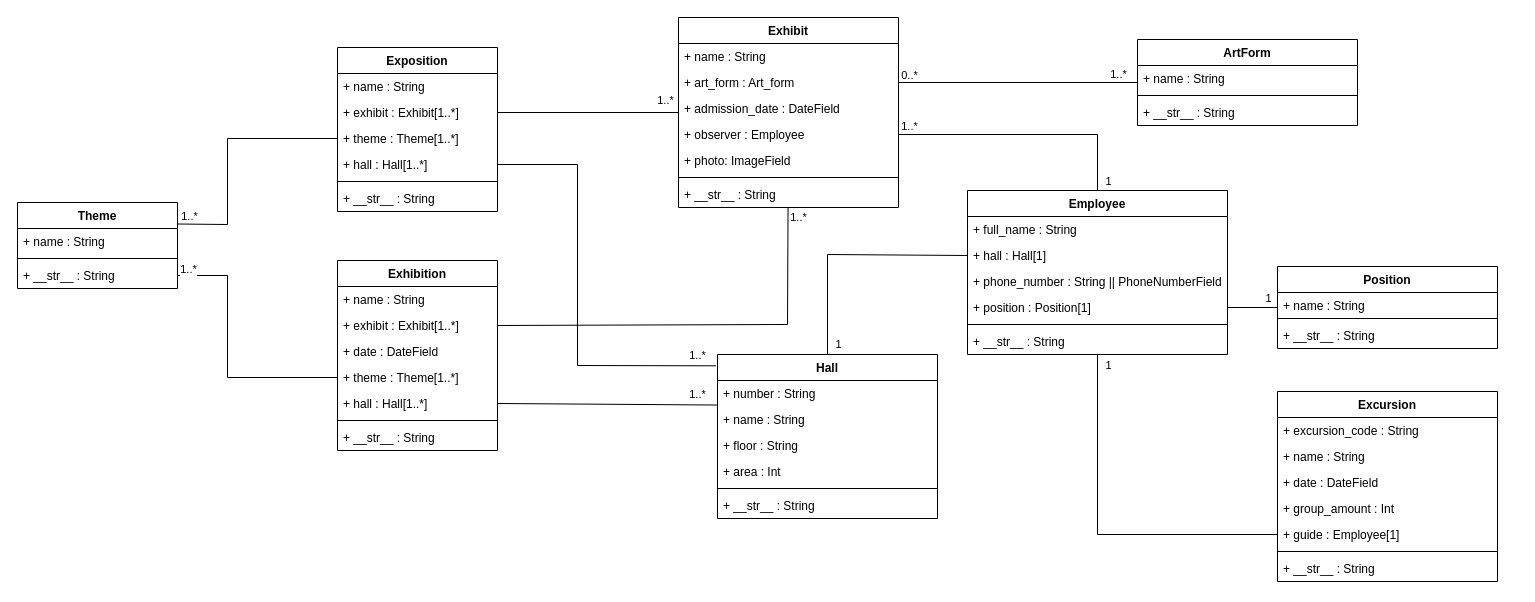
Earlier version of the draw.io diagram Lab4/Documentation/Model.drawio (MefistoSamael/Term4_IGI). Source tidied: cells renumbered, new cells numbered last; positions are measured from the earlier drawing's top-left corner, leaving out a move shared by most shapes. Both pictures are drawn from the tidied source at 100%, with x=0, y=0 at pixel (17, 17).
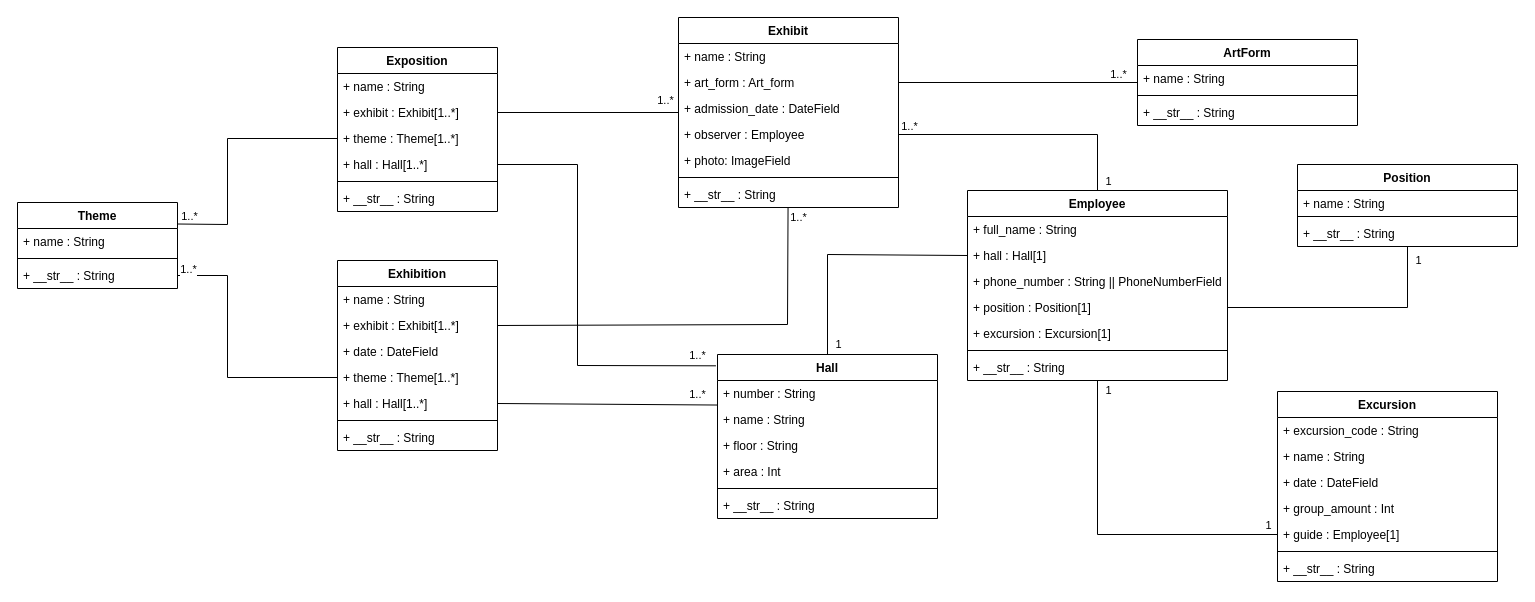
After the change.

Commit message (it also covers changes not shown here):
One to One field added

The change refers to these unchanged cells:
```xml
<mxCell id="14" value="+ position : Position[1]" style="text;strokeColor=none;fillColor=none;align=left;verticalAlign=top;spacingLeft=4;spacingRight=4;overflow=hidden;points=[[0,0.5],[1,0.5]];portConstraint=eastwest;whiteSpace=wrap;html=1;" parent="10" vertex="1">
  <mxGeometry y="104" width="260" height="26" as="geometry" />
</mxCell>
<mxCell id="47" style="endArrow=none;html=1;rounded=0;exitX=1;exitY=0.5;exitDx=0;exitDy=0;" parent="1" edge="1" source="4" target="32">
  <mxGeometry relative="1" as="geometry" />
</mxCell>
```

Change to the diagram source:
```diff
@@
     <mxCell id="10" value="Employee" style="swimlane;fontStyle=1;align=center;verticalAlign=top;horizontal=1;startSize=26;whiteSpace=wrap;html=1;" parent="1" vertex="1">
-      <mxGeometry x="950" y="173" width="260" height="164" as="geometry" />
+      <mxGeometry x="950" y="173" width="260" height="190" as="geometry" />
     </mxCell>
@@
+    <mxCell id="83" value="+ excursion :&amp;nbsp;Excursion[1]" style="text;strokeColor=none;fillColor=none;align=left;verticalAlign=top;spacingLeft=4;spacingRight=4;overflow=hidden;whiteSpace=wrap;html=1;" parent="10" vertex="1">
+      <mxGeometry y="130" width="260" height="26" as="geometry" />
+    </mxCell>
     <mxCell id="15" style="line;strokeWidth=1;fillColor=none;align=left;verticalAlign=middle;spacingTop=-1;spacingLeft=3;spacingRight=3;labelPosition=right;strokeColor=inherit;" parent="10" vertex="1">
-      <mxGeometry y="130" width="260" height="8" as="geometry" />
+      <mxGeometry y="156" width="260" height="8" as="geometry" />
     </mxCell>
     <mxCell id="16" value="+ __str__ : String" style="text;strokeColor=none;fillColor=none;align=left;verticalAlign=top;spacingLeft=4;spacingRight=4;overflow=hidden;whiteSpace=wrap;html=1;" parent="10" vertex="1">
-      <mxGeometry y="138" width="260" height="26" as="geometry" />
+      <mxGeometry y="164" width="260" height="26" as="geometry" />
     </mxCell>
@@
     <mxCell id="36" value="Position" style="swimlane;fontStyle=1;align=center;verticalAlign=top;horizontal=1;startSize=26;whiteSpace=wrap;html=1;" parent="1" vertex="1">
-      <mxGeometry x="1260" y="249" width="220" height="82" as="geometry" />
+      <mxGeometry x="1280" y="147" width="220" height="82" as="geometry" />
     </mxCell>
@@
     <mxCell id="40" style="endArrow=none;html=1;rounded=0;exitX=1;exitY=0.5;exitDx=0;exitDy=0;" parent="1" edge="1" source="14" target="36">
-      <mxGeometry relative="1" as="geometry" />
+      <mxGeometry relative="1" as="geometry">
+        <Array as="points">
+          <mxPoint x="1390" y="290" />
+        </Array>
+      </mxGeometry>
     </mxCell>
     <mxCell id="41" value="1" style="edgeLabel;html=1;align=center;verticalAlign=middle;" parent="40" vertex="1">
       <mxGeometry x="0.63" y="1" relative="1" as="geometry">
-        <mxPoint x="-1" y="-9" as="offset" />
+        <mxPoint x="11" y="-32" as="offset" />
       </mxGeometry>
     </mxCell>
@@
-    <mxCell id="49" value="0..*" style="edgeLabel;html=1;align=center;verticalAlign=middle;" parent="47" vertex="1">
-      <mxGeometry x="-0.92" relative="1" as="geometry">
-        <mxPoint y="-8" as="offset" />
-      </mxGeometry>
-    </mxCell>
@@
+    <mxCell id="84" value="1" style="edgeLabel;html=1;align=center;verticalAlign=middle;" parent="1" vertex="1">
+      <mxGeometry x="1250" y="507" as="geometry" />
+    </mxCell>
```
